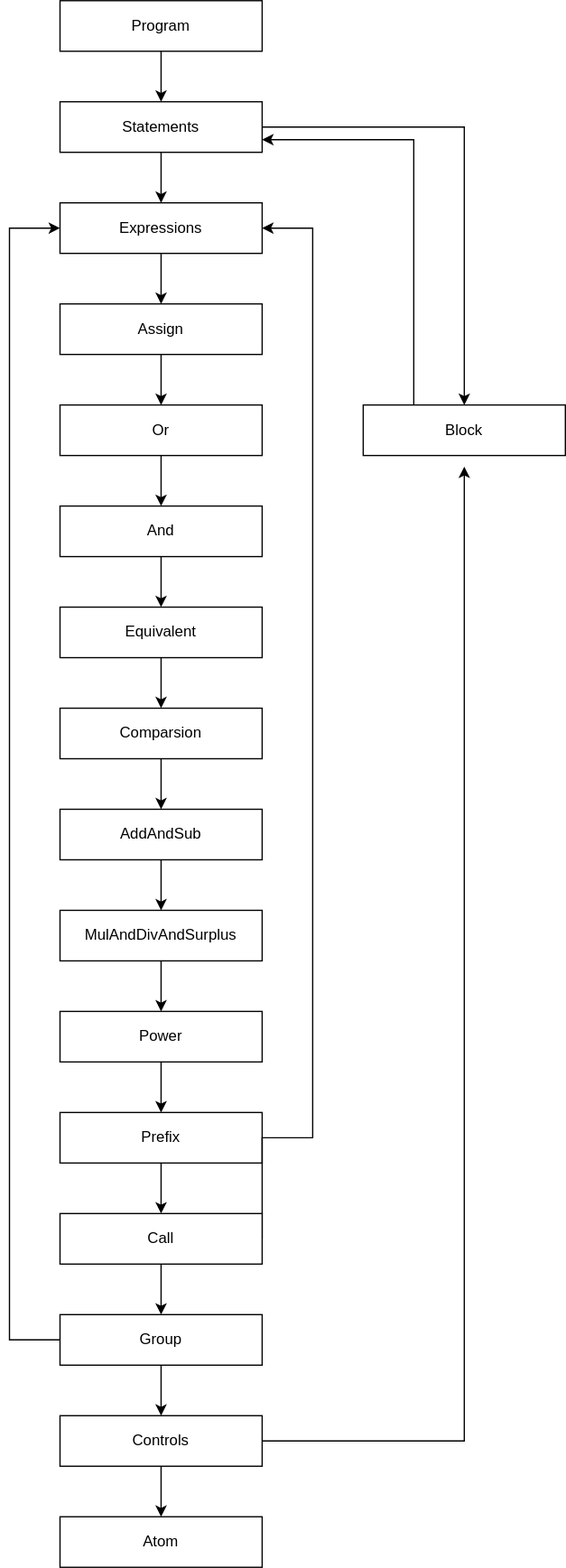
The draw.io diagram parsers.drawio.svg in kuro-lang/kuro-lang, before a commit. Source tidied: cells renumbered, new cells last; positions are measured from the earlier drawing's top-left corner, leaving out a move shared by most shapes.
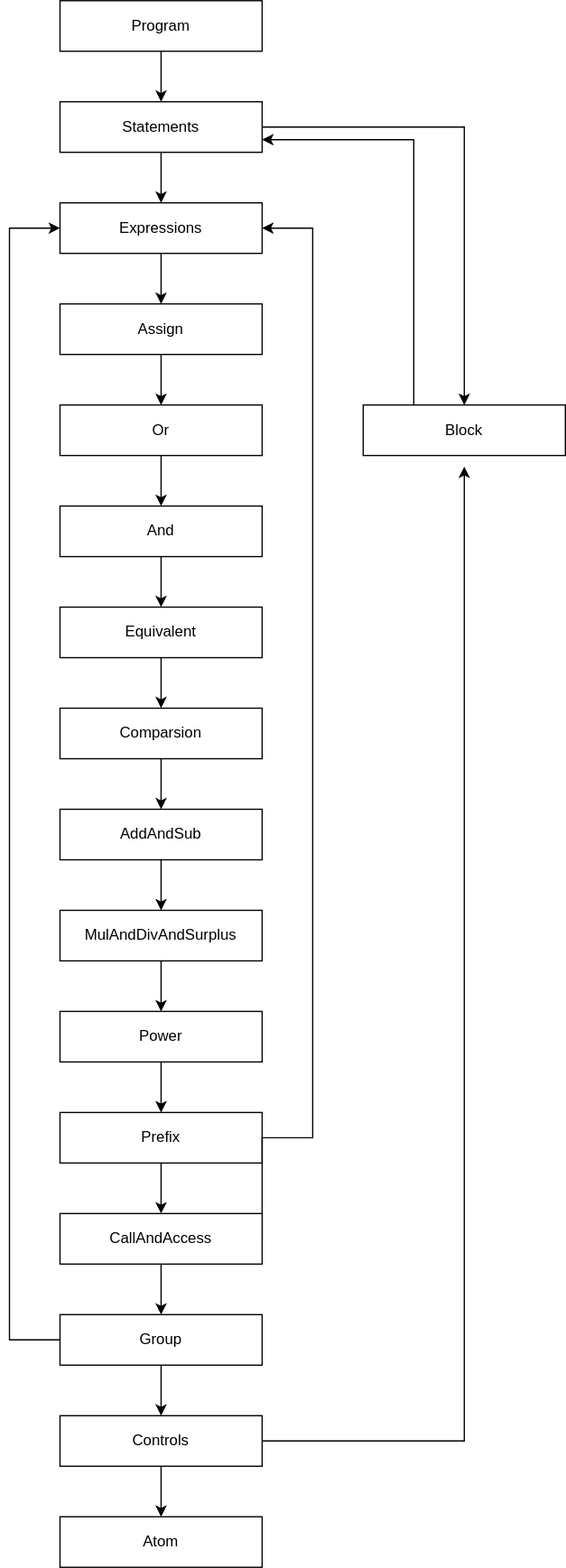
Above is the later version.

Commit message:
🏷️ Rename Call to CallAndAccess

Diff of the diagram source:
```diff
@@ -82,7 +82,7 @@
     <mxCell id="26" style="edgeStyle=orthogonalEdgeStyle;rounded=0;jettySize=auto;html=1;exitX=0.5;exitY=1;exitDx=0;exitDy=0;" parent="1" edge="1" source="27" target="30">
       <mxGeometry relative="1" as="geometry" />
     </mxCell>
-    <mxCell id="27" value="Call" style="rounded=0;whiteSpace=wrap;html=1;" parent="1" vertex="1">
+    <mxCell id="27" value="CallAndAccess" style="rounded=0;whiteSpace=wrap;html=1;" parent="1" vertex="1">
       <mxGeometry x="40" y="960" width="160" height="40" as="geometry" />
     </mxCell>
     <mxCell id="28" style="edgeStyle=orthogonalEdgeStyle;rounded=0;jettySize=auto;html=1;exitX=0.5;exitY=1;exitDx=0;exitDy=0;entryX=0.5;entryY=0;entryDx=0;entryDy=0;" parent="1" edge="1" source="30" target="36">
```
